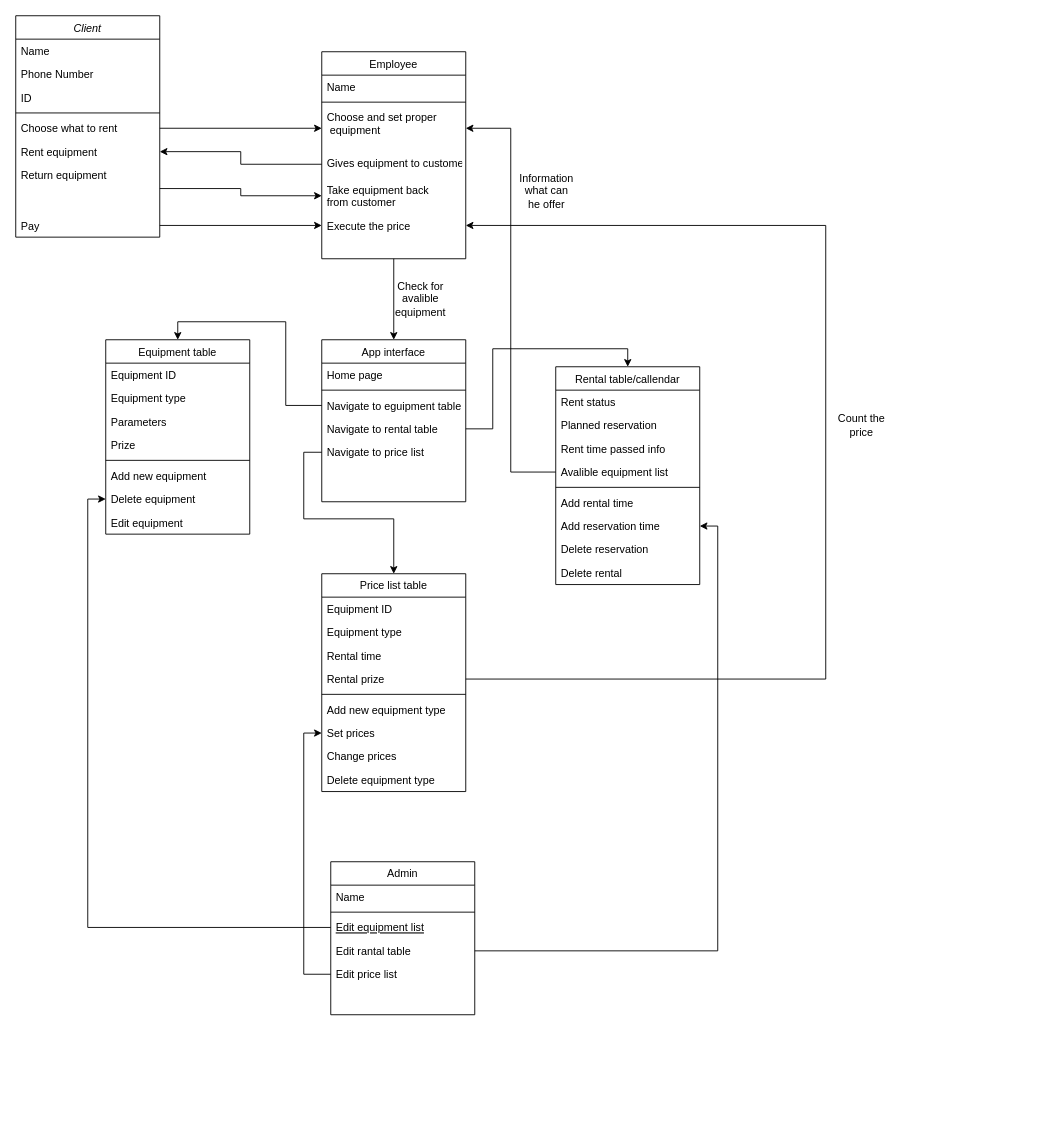
Before: Diagram bez tytułu.drawio in JakubBalon/PracaDyplomowa, a draw.io diagram. Source tidied: cells renumbered, new cells numbered last; positions are measured from the earlier drawing's top-left corner, leaving out a move shared by most shapes. Both pictures are drawn from the tidied source at 90%, with x=0, y=0 at pixel (15, 15).
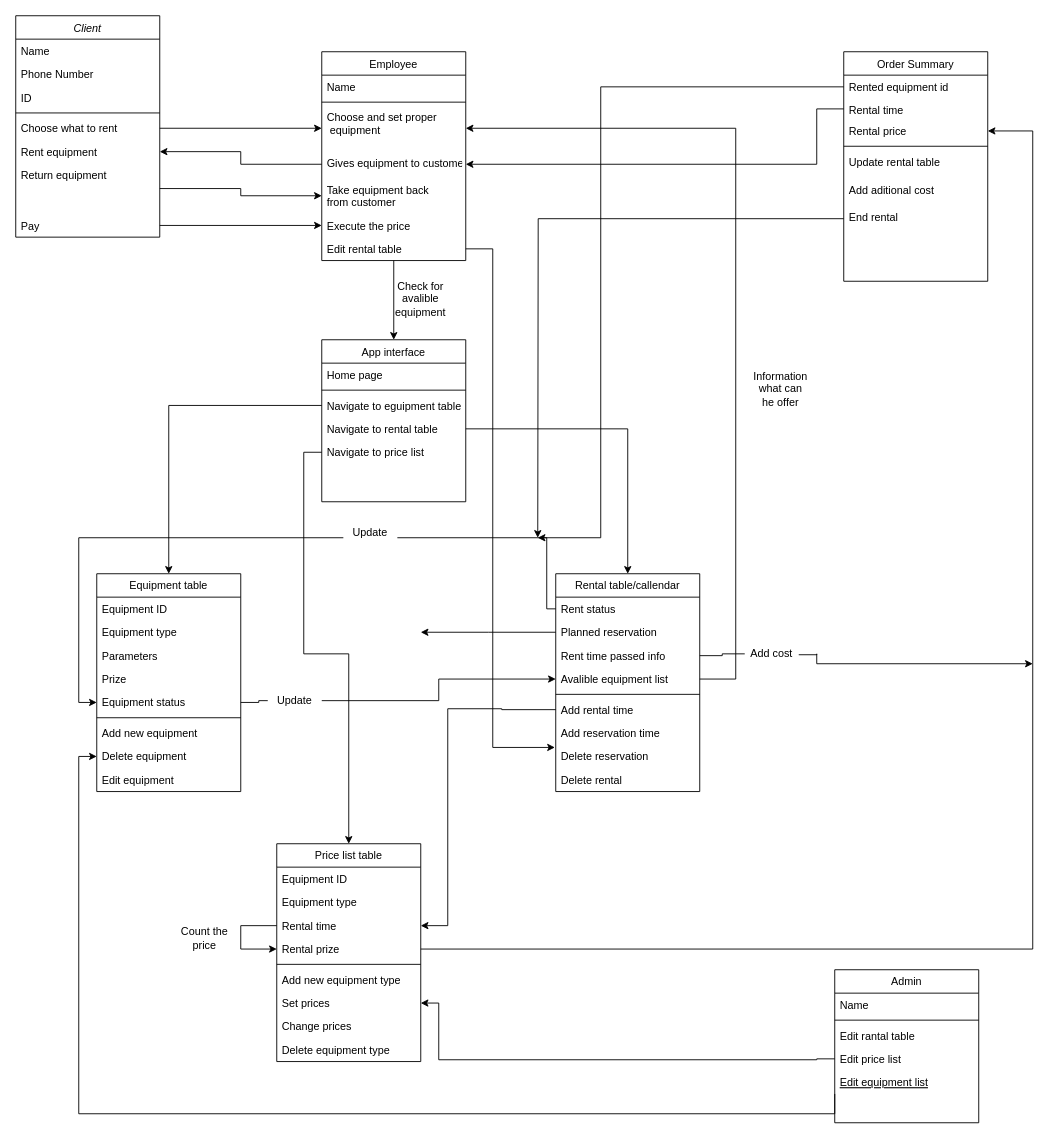
The same page after the edit.

Unchanged cells that the change refers to:
```xml
<mxCell id="21" value="Navigate to rental table" style="text;align=left;verticalAlign=top;spacingLeft=4;spacingRight=4;overflow=hidden;points=[[0,0.5],[1,0.5]];portConstraint=eastwest;" parent="17" vertex="1">
  <mxGeometry y="86" width="160" height="26" as="geometry" />
</mxCell>
<mxCell id="27" value="Choose and set proper&#10; equipment" style="text;align=left;verticalAlign=top;spacingLeft=4;spacingRight=4;overflow=hidden;points=[[0,0.5],[1,0.5]];portConstraint=eastwest;" parent="24" vertex="1">
  <mxGeometry y="60" width="160" height="50" as="geometry" />
</mxCell>
<mxCell id="28" value="Gives equipment to customer" style="text;align=left;verticalAlign=top;spacingLeft=4;spacingRight=4;overflow=hidden;points=[[0,0.5],[1,0.5]];portConstraint=eastwest;" parent="24" vertex="1">
  <mxGeometry y="110" width="160" height="30" as="geometry" />
</mxCell>
<mxCell id="30" value="Execute the price" style="text;align=left;verticalAlign=top;spacingLeft=4;spacingRight=4;overflow=hidden;points=[[0,0.5],[1,0.5]];portConstraint=eastwest;" parent="24" vertex="1">
  <mxGeometry y="180" width="160" height="26" as="geometry" />
</mxCell>
<mxCell id="34" value="Rent status" style="text;align=left;verticalAlign=top;spacingLeft=4;spacingRight=4;overflow=hidden;points=[[0,0.5],[1,0.5]];portConstraint=eastwest;" parent="33" vertex="1">
  <mxGeometry y="26" width="160" height="26" as="geometry" />
</mxCell>
<mxCell id="35" value="Planned reservation" style="text;align=left;verticalAlign=top;spacingLeft=4;spacingRight=4;overflow=hidden;points=[[0,0.5],[1,0.5]];portConstraint=eastwest;" parent="33" vertex="1">
  <mxGeometry y="52" width="160" height="26" as="geometry" />
</mxCell>
<mxCell id="36" value="Rent time passed info" style="text;align=left;verticalAlign=top;spacingLeft=4;spacingRight=4;overflow=hidden;points=[[0,0.5],[1,0.5]];portConstraint=eastwest;" parent="33" vertex="1">
  <mxGeometry y="78" width="160" height="26" as="geometry" />
</mxCell>
<mxCell id="37" value="Avalible equipment list" style="text;align=left;verticalAlign=top;spacingLeft=4;spacingRight=4;overflow=hidden;points=[[0,0.5],[1,0.5]];portConstraint=eastwest;" parent="33" vertex="1">
  <mxGeometry y="104" width="160" height="26" as="geometry" />
</mxCell>
<mxCell id="39" value="Add rental time" style="text;align=left;verticalAlign=top;spacingLeft=4;spacingRight=4;overflow=hidden;points=[[0,0.5],[1,0.5]];portConstraint=eastwest;" parent="33" vertex="1">
  <mxGeometry y="138" width="160" height="26" as="geometry" />
</mxCell>
<mxCell id="40" value="Add reservation time" style="text;align=left;verticalAlign=top;spacingLeft=4;spacingRight=4;overflow=hidden;points=[[0,0.5],[1,0.5]];portConstraint=eastwest;" parent="33" vertex="1">
  <mxGeometry y="164" width="160" height="26" as="geometry" />
</mxCell>
<mxCell id="41" value="Delete reservation" style="text;align=left;verticalAlign=top;spacingLeft=4;spacingRight=4;overflow=hidden;points=[[0,0.5],[1,0.5]];portConstraint=eastwest;" parent="33" vertex="1">
  <mxGeometry y="190" width="160" height="26" as="geometry" />
</mxCell>
<mxCell id="57" value="Rental time" style="text;align=left;verticalAlign=top;spacingLeft=4;spacingRight=4;overflow=hidden;points=[[0,0.5],[1,0.5]];portConstraint=eastwest;" parent="54" vertex="1">
  <mxGeometry y="78" width="160" height="26" as="geometry" />
</mxCell>
<mxCell id="58" value="Rental prize" style="text;align=left;verticalAlign=top;spacingLeft=4;spacingRight=4;overflow=hidden;points=[[0,0.5],[1,0.5]];portConstraint=eastwest;" parent="54" vertex="1">
  <mxGeometry y="104" width="160" height="26" as="geometry" />
</mxCell>
<mxCell id="61" value="Set prices" style="text;align=left;verticalAlign=top;spacingLeft=4;spacingRight=4;overflow=hidden;points=[[0,0.5],[1,0.5]];portConstraint=eastwest;" parent="54" vertex="1">
  <mxGeometry y="164" width="160" height="26" as="geometry" />
</mxCell>
```

Diff of the diagram source:
```diff
@@
     <mxCell id="11" value="Admin" style="swimlane;fontStyle=0;align=center;verticalAlign=top;horizontal=1;startSize=26;rounded=0;shadow=0;strokeWidth=1;" parent="1" vertex="1">
-      <mxGeometry x="350" y="940" width="160" height="170" as="geometry" />
+      <mxGeometry x="910" y="1060" width="160" height="170" as="geometry" />
     </mxCell>
@@
-    <mxCell id="14" value="Edit equipment list" style="text;align=left;verticalAlign=top;spacingLeft=4;spacingRight=4;overflow=hidden;points=[[0,0.5],[1,0.5]];portConstraint=eastwest;fontStyle=4;" parent="11" vertex="1">
-      <mxGeometry y="60" width="160" height="26" as="geometry" />
-    </mxCell>
     <mxCell id="15" value="Edit rantal table" style="text;align=left;verticalAlign=top;spacingLeft=4;spacingRight=4;overflow=hidden;points=[[0,0.5],[1,0.5]];portConstraint=eastwest;" parent="11" vertex="1">
-      <mxGeometry y="86" width="160" height="26" as="geometry" />
+      <mxGeometry y="60" width="160" height="26" as="geometry" />
     </mxCell>
     <mxCell id="16" value="Edit price list" style="text;align=left;verticalAlign=top;spacingLeft=4;spacingRight=4;overflow=hidden;points=[[0,0.5],[1,0.5]];portConstraint=eastwest;" parent="11" vertex="1">
-      <mxGeometry y="112" width="160" height="26" as="geometry" />
+      <mxGeometry y="86" width="160" height="26" as="geometry" />
     </mxCell>
+    <mxCell id="14" value="Edit equipment list" style="text;align=left;verticalAlign=top;spacingLeft=4;spacingRight=4;overflow=hidden;points=[[0,0.5],[1,0.5]];portConstraint=eastwest;fontStyle=4;" parent="11" vertex="1">
+      <mxGeometry y="112" width="160" height="26" as="geometry" />
+    </mxCell>
@@
     <mxCell id="24" value="Employee" style="swimlane;fontStyle=0;align=center;verticalAlign=top;horizontal=1;startSize=26;rounded=0;shadow=0;strokeWidth=1;" parent="1" vertex="1">
-      <mxGeometry x="340" y="40" width="160" height="230" as="geometry" />
+      <mxGeometry x="340" y="40" width="160" height="232" as="geometry" />
     </mxCell>
@@
+    <mxCell id="75" value="Edit rental table" style="text;align=left;verticalAlign=top;spacingLeft=4;spacingRight=4;overflow=hidden;points=[[0,0.5],[1,0.5]];portConstraint=eastwest;" parent="24" vertex="1">
+      <mxGeometry y="206" width="160" height="26" as="geometry" />
+    </mxCell>
@@
     <mxCell id="33" value="Rental table/callendar" style="swimlane;fontStyle=0;align=center;verticalAlign=top;horizontal=1;startSize=26;rounded=0;shadow=0;strokeWidth=1;" parent="1" vertex="1">
-      <mxGeometry x="600" y="390" width="160" height="242" as="geometry" />
+      <mxGeometry x="600" y="620" width="160" height="242" as="geometry" />
     </mxCell>
@@
     <mxCell id="43" value="Equipment table" style="swimlane;fontStyle=0;align=center;verticalAlign=top;horizontal=1;startSize=26;rounded=0;shadow=0;strokeWidth=1;" parent="1" vertex="1">
-      <mxGeometry x="100" y="360" width="160" height="216" as="geometry" />
+      <mxGeometry x="90" y="620" width="160" height="242" as="geometry" />
     </mxCell>
@@
+    <mxCell id="76" value="Equipment status" style="text;align=left;verticalAlign=top;spacingLeft=4;spacingRight=4;overflow=hidden;points=[[0,0.5],[1,0.5]];portConstraint=eastwest;" parent="43" vertex="1">
+      <mxGeometry y="130" width="160" height="26" as="geometry" />
+    </mxCell>
     <mxCell id="48" style="line;html=1;strokeWidth=1;align=left;verticalAlign=middle;spacingTop=-1;spacingLeft=3;spacingRight=3;labelPosition=right;" parent="43" vertex="1">
-      <mxGeometry y="130" width="160" height="8" as="geometry" />
+      <mxGeometry y="156" width="160" height="8" as="geometry" />
     </mxCell>
     <mxCell id="49" value="Add new equipment" style="text;align=left;verticalAlign=top;spacingLeft=4;spacingRight=4;overflow=hidden;" parent="43" vertex="1">
-      <mxGeometry y="138" width="160" height="26" as="geometry" />
+      <mxGeometry y="164" width="160" height="26" as="geometry" />
     </mxCell>
     <mxCell id="50" value="Delete equipment" style="text;align=left;verticalAlign=top;spacingLeft=4;spacingRight=4;overflow=hidden;points=[[0,0.5],[1,0.5]];portConstraint=eastwest;" parent="43" vertex="1">
-      <mxGeometry y="164" width="160" height="26" as="geometry" />
+      <mxGeometry y="190" width="160" height="26" as="geometry" />
     </mxCell>
     <mxCell id="51" value="Edit equipment" style="text;align=left;verticalAlign=top;spacingLeft=4;spacingRight=4;overflow=hidden;" parent="43" vertex="1">
-      <mxGeometry y="190" width="160" height="26" as="geometry" />
+      <mxGeometry y="216" width="160" height="26" as="geometry" />
     </mxCell>
@@
     <mxCell id="53" style="edgeStyle=orthogonalEdgeStyle;rounded=0;jettySize=auto;html=1;entryX=0.5;entryY=0;entryDx=0;entryDy=0;" parent="1" edge="1" source="21" target="33">
       <mxGeometry relative="1" as="geometry">
         <Array as="points">
-          <mxPoint x="530" y="459" />
-          <mxPoint x="530" y="370" />
-          <mxPoint x="680" y="370" />
+          <mxPoint x="680" y="459" />
         </Array>
       </mxGeometry>
     </mxCell>
     <mxCell id="54" value="Price list table" style="swimlane;fontStyle=0;align=center;verticalAlign=top;horizontal=1;startSize=26;rounded=0;shadow=0;strokeWidth=1;" parent="1" vertex="1">
-      <mxGeometry x="340" y="620" width="160" height="242" as="geometry" />
+      <mxGeometry x="290" y="920" width="160" height="242" as="geometry" />
     </mxCell>
@@
+    <mxCell id="77" style="edgeStyle=orthogonalEdgeStyle;rounded=0;jettySize=auto;html=1;exitX=0;exitY=0.5;exitDx=0;exitDy=0;entryX=0;entryY=0.5;entryDx=0;entryDy=0;" parent="54" edge="1" source="57" target="58">
+      <mxGeometry relative="1" as="geometry">
+        <Array as="points">
+          <mxPoint x="-40" y="91" />
+          <mxPoint x="-40" y="117" />
+        </Array>
+      </mxGeometry>
+    </mxCell>
@@
     <mxCell id="65" style="edgeStyle=orthogonalEdgeStyle;rounded=0;jettySize=auto;html=1;entryX=0;entryY=0.5;entryDx=0;entryDy=0;" parent="1" edge="1" source="14" target="50">
-      <mxGeometry relative="1" as="geometry" />
+      <mxGeometry relative="1" as="geometry">
+        <Array as="points">
+          <mxPoint x="910" y="1220" />
+          <mxPoint x="70" y="1220" />
+          <mxPoint x="70" y="823" />
+        </Array>
+      </mxGeometry>
     </mxCell>
-    <mxCell id="66" style="edgeStyle=orthogonalEdgeStyle;rounded=0;jettySize=auto;html=1;entryX=1;entryY=0.5;entryDx=0;entryDy=0;" parent="1" edge="1" source="15" target="40">
-      <mxGeometry relative="1" as="geometry" />
-    </mxCell>
-    <mxCell id="67" style="edgeStyle=orthogonalEdgeStyle;rounded=0;jettySize=auto;html=1;entryX=0;entryY=0.5;entryDx=0;entryDy=0;" parent="1" edge="1" source="16" target="61">
-      <mxGeometry relative="1" as="geometry" />
+    <mxCell id="67" style="edgeStyle=orthogonalEdgeStyle;rounded=0;jettySize=auto;html=1;" parent="1" edge="1" source="16">
+      <mxGeometry relative="1" as="geometry">
+        <mxPoint x="450" y="1097" as="targetPoint" />
+        <Array as="points">
+          <mxPoint x="890" y="1159" />
+          <mxPoint x="890" y="1160" />
+          <mxPoint x="470" y="1160" />
+          <mxPoint x="470" y="1097" />
+        </Array>
+      </mxGeometry>
     </mxCell>
-    <mxCell id="68" style="edgeStyle=orthogonalEdgeStyle;rounded=0;jettySize=auto;html=1;" parent="1" edge="1" source="37" target="27">
-      <mxGeometry relative="1" as="geometry" />
+    <mxCell id="68" style="edgeStyle=orthogonalEdgeStyle;rounded=0;jettySize=auto;html=1;exitX=1;exitY=0.5;exitDx=0;exitDy=0;" parent="1" edge="1" source="37" target="27">
+      <mxGeometry relative="1" as="geometry">
+        <Array as="points">
+          <mxPoint x="800" y="737" />
+          <mxPoint x="800" y="125" />
+        </Array>
+      </mxGeometry>
     </mxCell>
     <mxCell id="69" value="Information what can he offer" style="text;html=1;strokeColor=none;fillColor=none;align=center;verticalAlign=middle;whiteSpace=wrap;rounded=0;" parent="1" vertex="1">
-      <mxGeometry x="560" y="180" width="60" height="30" as="geometry" />
+      <mxGeometry x="820" y="400" width="60" height="30" as="geometry" />
     </mxCell>
@@
-    <mxCell id="73" style="edgeStyle=orthogonalEdgeStyle;rounded=0;jettySize=auto;html=1;entryX=1;entryY=0.5;entryDx=0;entryDy=0;" parent="1" edge="1" source="58" target="30">
-      <mxGeometry relative="1" as="geometry">
-        <Array as="points">
-          <mxPoint x="900" y="737" />
-          <mxPoint x="900" y="233" />
-        </Array>
-      </mxGeometry>
-    </mxCell>
     <mxCell id="74" value="Count the price" style="text;html=1;strokeColor=none;fillColor=none;align=center;verticalAlign=middle;whiteSpace=wrap;rounded=0;" parent="1" vertex="1">
-      <mxGeometry x="910" y="440" width="60" height="30" as="geometry" />
+      <mxGeometry x="180" y="1010" width="60" height="30" as="geometry" />
     </mxCell>
+    <mxCell id="78" style="edgeStyle=orthogonalEdgeStyle;rounded=0;jettySize=auto;html=1;entryX=1;entryY=0.5;entryDx=0;entryDy=0;" parent="1" edge="1" source="39" target="57">
+      <mxGeometry relative="1" as="geometry">
+        <Array as="points">
+          <mxPoint x="540" y="771" />
+          <mxPoint x="540" y="770" />
+          <mxPoint x="480" y="770" />
+          <mxPoint x="480" y="1011" />
+        </Array>
+      </mxGeometry>
+    </mxCell>
+    <mxCell id="79" style="edgeStyle=orthogonalEdgeStyle;rounded=0;jettySize=auto;html=1;startArrow=none;exitX=1;exitY=0.533;exitDx=0;exitDy=0;exitPerimeter=0;" parent="1" edge="1" source="97">
+      <mxGeometry relative="1" as="geometry">
+        <mxPoint x="1130" y="720" as="targetPoint" />
+        <Array as="points">
+          <mxPoint x="890" y="709" />
+          <mxPoint x="890" y="720" />
+          <mxPoint x="900" y="720" />
+        </Array>
+      </mxGeometry>
+    </mxCell>
+    <mxCell id="80" value="Order Summary" style="swimlane;fontStyle=0;align=center;verticalAlign=top;horizontal=1;startSize=26;rounded=0;shadow=0;strokeWidth=1;" parent="1" vertex="1">
+      <mxGeometry x="920" y="40" width="160" height="255" as="geometry" />
+    </mxCell>
+    <mxCell id="81" value="Rented equipment id" style="text;align=left;verticalAlign=top;spacingLeft=4;spacingRight=4;overflow=hidden;points=[[0,0.5],[1,0.5]];portConstraint=eastwest;" parent="80" vertex="1">
+      <mxGeometry y="26" width="160" height="26" as="geometry" />
+    </mxCell>
+    <mxCell id="82" value="Rental time" style="text;align=left;verticalAlign=top;spacingLeft=4;spacingRight=4;overflow=hidden;points=[[0,0.5],[1,0.5]];portConstraint=eastwest;" parent="80" vertex="1">
+      <mxGeometry y="52" width="160" height="23" as="geometry" />
+    </mxCell>
+    <mxCell id="83" value="Rental price" style="text;align=left;verticalAlign=top;spacingLeft=4;spacingRight=4;overflow=hidden;points=[[0,0.5],[1,0.5]];portConstraint=eastwest;" parent="80" vertex="1">
+      <mxGeometry y="75" width="160" height="26" as="geometry" />
+    </mxCell>
+    <mxCell id="84" style="line;html=1;strokeWidth=1;align=left;verticalAlign=middle;spacingTop=-1;spacingLeft=3;spacingRight=3;labelPosition=right;" parent="80" vertex="1">
+      <mxGeometry y="101" width="160" height="8" as="geometry" />
+    </mxCell>
+    <mxCell id="85" value="Update rental table" style="text;align=left;verticalAlign=top;spacingLeft=4;spacingRight=4;overflow=hidden;" parent="80" vertex="1">
+      <mxGeometry y="109" width="160" height="31" as="geometry" />
+    </mxCell>
+    <mxCell id="86" value="Add aditional cost" style="text;align=left;verticalAlign=top;spacingLeft=4;spacingRight=4;overflow=hidden;" parent="80" vertex="1">
+      <mxGeometry y="140" width="160" height="30" as="geometry" />
+    </mxCell>
+    <mxCell id="87" value="End rental" style="text;align=left;verticalAlign=top;spacingLeft=4;spacingRight=4;overflow=hidden;points=[[0,0.5],[1,0.5]];portConstraint=eastwest;" parent="80" vertex="1">
+      <mxGeometry y="170" width="160" height="31" as="geometry" />
+    </mxCell>
+    <mxCell id="88" style="edgeStyle=orthogonalEdgeStyle;rounded=0;jettySize=auto;html=1;startArrow=none;" parent="1" edge="1" source="93" target="76">
+      <mxGeometry relative="1" as="geometry">
+        <Array as="points">
+          <mxPoint x="70" y="580" />
+          <mxPoint x="70" y="763" />
+        </Array>
+      </mxGeometry>
+    </mxCell>
+    <mxCell id="89" style="edgeStyle=orthogonalEdgeStyle;rounded=0;jettySize=auto;html=1;exitX=0;exitY=0.5;exitDx=0;exitDy=0;" parent="1" edge="1" source="35">
+      <mxGeometry relative="1" as="geometry">
+        <mxPoint x="450" y="685" as="targetPoint" />
+      </mxGeometry>
+    </mxCell>
+    <mxCell id="90" style="edgeStyle=orthogonalEdgeStyle;rounded=0;jettySize=auto;html=1;entryX=-0.006;entryY=0.115;entryDx=0;entryDy=0;entryPerimeter=0;" parent="1" edge="1" source="75" target="41">
+      <mxGeometry relative="1" as="geometry">
+        <Array as="points">
+          <mxPoint x="530" y="259" />
+          <mxPoint x="530" y="813" />
+        </Array>
+      </mxGeometry>
+    </mxCell>
+    <mxCell id="91" style="edgeStyle=orthogonalEdgeStyle;rounded=0;jettySize=auto;html=1;entryX=0;entryY=0.5;entryDx=0;entryDy=0;startArrow=none;" parent="1" edge="1" source="95" target="37">
+      <mxGeometry relative="1" as="geometry" />
+    </mxCell>
+    <mxCell id="92" style="edgeStyle=orthogonalEdgeStyle;rounded=0;jettySize=auto;html=1;endArrow=none;" parent="1" edge="1" source="34" target="93">
+      <mxGeometry relative="1" as="geometry">
+        <Array as="points">
+          <mxPoint x="590" y="659" />
+          <mxPoint x="590" y="580" />
+        </Array>
+      </mxGeometry>
+    </mxCell>
+    <mxCell id="93" value="Update" style="text;html=1;strokeColor=none;fillColor=none;align=center;verticalAlign=middle;whiteSpace=wrap;rounded=0;" parent="1" vertex="1">
+      <mxGeometry x="364" y="560" width="60" height="30" as="geometry" />
+    </mxCell>
+    <mxCell id="94" style="edgeStyle=orthogonalEdgeStyle;rounded=0;jettySize=auto;html=1;entryX=0;entryY=0.5;entryDx=0;entryDy=0;endArrow=none;" parent="1" edge="1" source="76" target="95">
+      <mxGeometry relative="1" as="geometry" />
+    </mxCell>
+    <mxCell id="95" value="Update" style="text;html=1;strokeColor=none;fillColor=none;align=center;verticalAlign=middle;whiteSpace=wrap;rounded=0;" parent="1" vertex="1">
+      <mxGeometry x="280" y="746" width="60" height="30" as="geometry" />
+    </mxCell>
+    <mxCell id="96" style="edgeStyle=orthogonalEdgeStyle;rounded=0;jettySize=auto;html=1;endArrow=none;" parent="1" edge="1" source="36" target="97">
+      <mxGeometry relative="1" as="geometry" />
+    </mxCell>
+    <mxCell id="97" value="Add cost" style="text;html=1;strokeColor=none;fillColor=none;align=center;verticalAlign=middle;whiteSpace=wrap;rounded=0;" parent="1" vertex="1">
+      <mxGeometry x="810" y="694" width="60" height="30" as="geometry" />
+    </mxCell>
+    <mxCell id="98" style="edgeStyle=orthogonalEdgeStyle;rounded=0;jettySize=auto;html=1;entryX=1;entryY=0.5;entryDx=0;entryDy=0;" parent="1" edge="1" source="58" target="83">
+      <mxGeometry relative="1" as="geometry">
+        <Array as="points">
+          <mxPoint x="1130" y="1037" />
+          <mxPoint x="1130" y="128" />
+        </Array>
+      </mxGeometry>
+    </mxCell>
+    <mxCell id="99" style="edgeStyle=orthogonalEdgeStyle;rounded=0;jettySize=auto;html=1;exitX=0;exitY=0.5;exitDx=0;exitDy=0;" parent="1" edge="1" source="82" target="28">
+      <mxGeometry relative="1" as="geometry">
+        <Array as="points">
+          <mxPoint x="890" y="104" />
+          <mxPoint x="890" y="165" />
+        </Array>
+      </mxGeometry>
+    </mxCell>
+    <mxCell id="100" style="edgeStyle=orthogonalEdgeStyle;rounded=0;jettySize=auto;html=1;" parent="1" edge="1" source="87">
+      <mxGeometry relative="1" as="geometry">
+        <mxPoint x="580" y="580" as="targetPoint" />
+      </mxGeometry>
+    </mxCell>
+    <mxCell id="101" style="edgeStyle=orthogonalEdgeStyle;rounded=0;jettySize=auto;html=1;" parent="1" edge="1" source="81">
+      <mxGeometry relative="1" as="geometry">
+        <mxPoint x="580" y="580" as="targetPoint" />
+        <Array as="points">
+          <mxPoint x="650" y="79" />
+          <mxPoint x="650" y="580" />
+        </Array>
+      </mxGeometry>
+    </mxCell>
```
